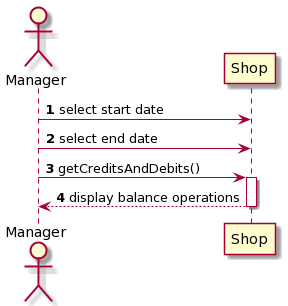
giuliadascenzi/ezshop_SEproject keeps this PlantUML diagram as Deliverables/Diagrams/Design/9-1-ListCreditsAndDebits.png. Above is the earlier version. The source it was exported from:
```plantuml
@startuml
autonumber
actor Manager
Manager -> Shop : select start date
Manager -> Shop : select end date
Manager -> Shop ++ : getCreditsAndDebits()
Shop --> Manager -- : display balance operations
@enduml
```
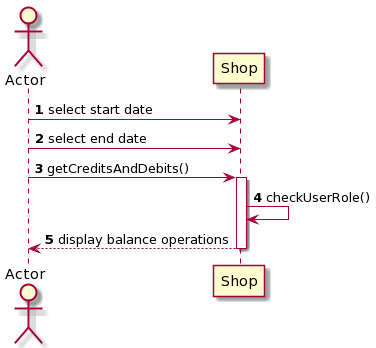
The same diagram one commit later.

Change to the diagram source:
```diff
@@ -1,8 +1,9 @@
 @startuml
 autonumber
-actor Manager
-Manager -> Shop : select start date
-Manager -> Shop : select end date
-Manager -> Shop ++ : getCreditsAndDebits()
-Shop --> Manager -- : display balance operations
+actor Actor
+Actor -> Shop : select start date
+Actor -> Shop : select end date
+Actor -> Shop ++ : getCreditsAndDebits()
+Shop->Shop: checkUserRole()
+Shop --> Actor -- : display balance operations
 @enduml
```
